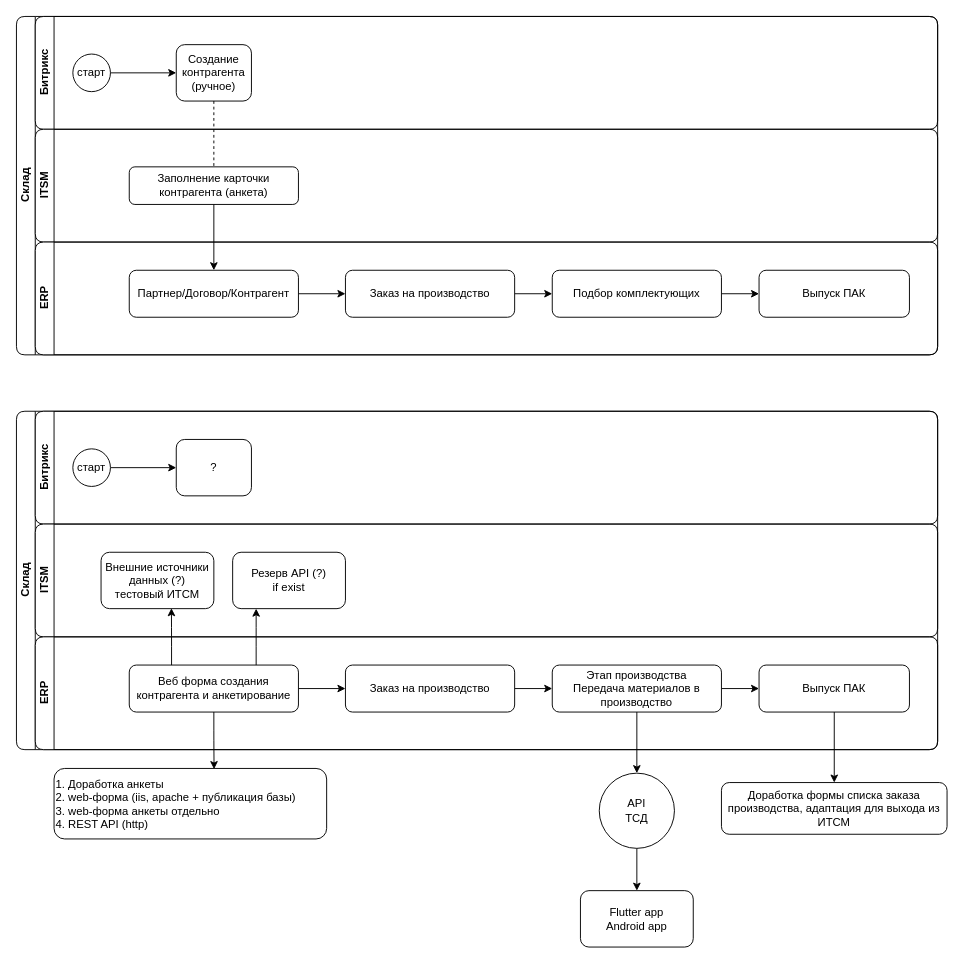
This is Диаграмма без названия.drawio from nkolentcev/specialist-1c, a draw.io file, before an edit. Source tidied: cells renumbered, new cells numbered last; positions are measured from the earlier drawing's top-left corner, leaving out a move shared by most shapes. Both pictures are drawn from the tidied source at 94%, with x=0, y=0 at pixel (16, 16).
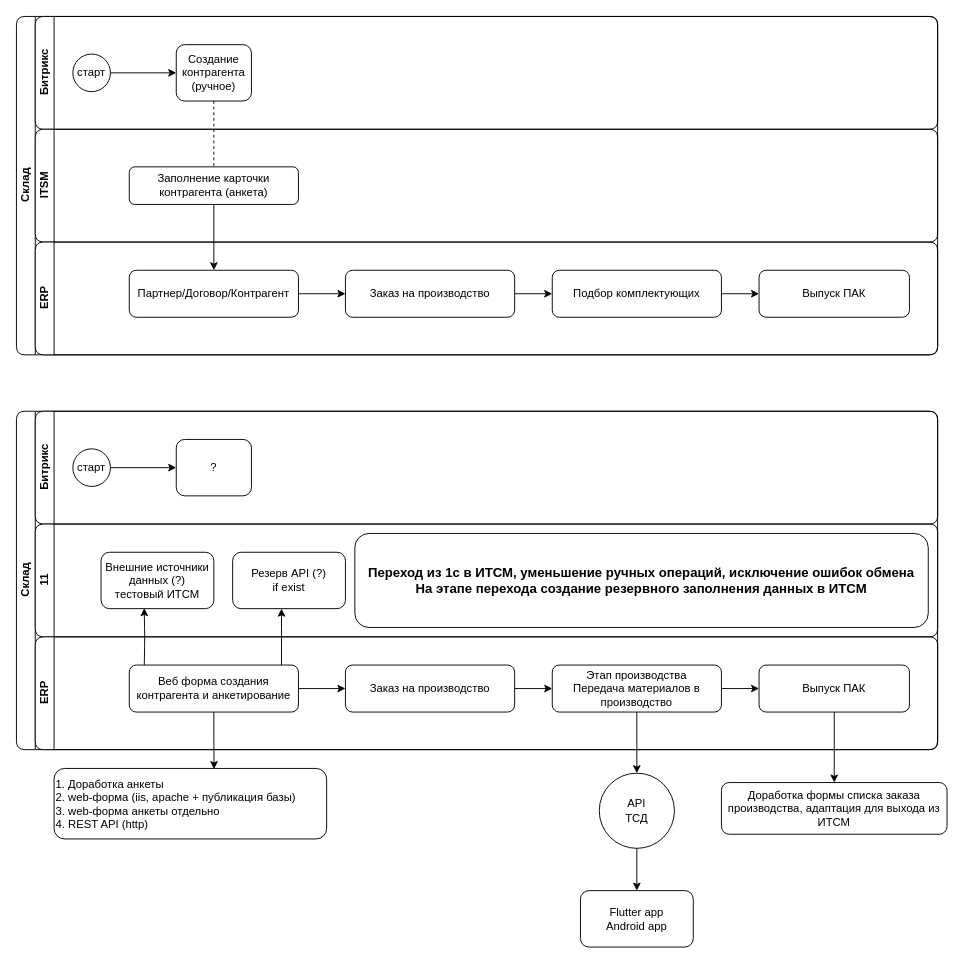
The same page after the edit.

The change refers to these unchanged cells:
```xml
<mxCell id="19" value="Склад" style="swimlane;html=1;horizontal=0;startSize=20;rounded=1;labelBackgroundColor=none;" parent="1" vertex="1">
  <mxGeometry y="420" width="980" height="360" as="geometry" />
</mxCell>
<mxCell id="25" value="Резерв API (?)&lt;div&gt;if exist&lt;/div&gt;" style="whiteSpace=wrap;html=1;rounded=1;labelBackgroundColor=none;" parent="24" vertex="1">
  <mxGeometry x="210" y="30" width="120" height="60" as="geometry" />
</mxCell>
<mxCell id="26" value="Внешние источники данных (?)&lt;br&gt;тестовый ИТСМ" style="whiteSpace=wrap;html=1;rounded=1;labelBackgroundColor=none;" parent="24" vertex="1">
  <mxGeometry x="70" y="30" width="120" height="60" as="geometry" />
</mxCell>
<mxCell id="29" value="Веб форма создания контрагента и анкетирование" style="rounded=1;whiteSpace=wrap;html=1;fontFamily=Helvetica;fontSize=12;align=center;labelBackgroundColor=none;" parent="27" vertex="1">
  <mxGeometry x="100" y="30" width="180" height="50" as="geometry" />
</mxCell>
```

Diff of the diagram source:
```diff
@@
-    <mxCell id="24" value="ITSM" style="swimlane;html=1;startSize=20;horizontal=0;rounded=1;labelBackgroundColor=none;" parent="19" vertex="1">
+    <mxCell id="24" value="11" style="swimlane;html=1;startSize=20;horizontal=0;rounded=1;labelBackgroundColor=none;" parent="19" vertex="1">
       <mxGeometry x="20" y="120" width="960" height="120" as="geometry" />
     </mxCell>
@@
+    <mxCell id="45" value="&lt;b style=&quot;font-size: 14px;&quot;&gt;Переход из 1с в ИТСМ, уменьшение ручных операций, исключение ошибок обмена&lt;br&gt;На этапе перехода создание резервного заполнения данных в ИТСМ&lt;/b&gt;" style="rounded=1;whiteSpace=wrap;html=1;" parent="24" vertex="1">
+      <mxGeometry x="340" y="10" width="610" height="100" as="geometry" />
+    </mxCell>
@@
-    <mxCell id="35" style="edgeStyle=orthogonalEdgeStyle;rounded=1;jettySize=auto;html=1;exitX=0.25;exitY=0;exitDx=0;exitDy=0;entryX=0.624;entryY=0.992;entryDx=0;entryDy=0;entryPerimeter=0;labelBackgroundColor=none;fontColor=default;" parent="19" edge="1" source="29" target="26">
-      <mxGeometry relative="1" as="geometry" />
+    <mxCell id="35" style="edgeStyle=orthogonalEdgeStyle;rounded=1;orthogonalLoop=1;jettySize=auto;html=1;exitX=0.25;exitY=0;exitDx=0;exitDy=0;entryX=0.624;entryY=0.992;entryDx=0;entryDy=0;entryPerimeter=0;labelBackgroundColor=none;fontColor=default;" parent="19" edge="1">
+      <mxGeometry relative="1" as="geometry">
+        <mxPoint x="136" y="270" as="sourcePoint" />
+        <mxPoint x="135.9" y="209.5" as="targetPoint" />
+      </mxGeometry>
     </mxCell>
-    <mxCell id="36" style="edgeStyle=orthogonalEdgeStyle;rounded=1;jettySize=auto;html=1;exitX=0.75;exitY=0;exitDx=0;exitDy=0;labelBackgroundColor=none;fontColor=default;" parent="19" edge="1" source="29" target="25">
+    <mxCell id="36" style="edgeStyle=orthogonalEdgeStyle;rounded=1;orthogonalLoop=1;jettySize=auto;html=1;exitX=0.75;exitY=0;exitDx=0;exitDy=0;labelBackgroundColor=none;fontColor=default;" parent="19" edge="1">
       <mxGeometry relative="1" as="geometry">
+        <mxPoint x="282" y="270" as="sourcePoint" />
+        <mxPoint x="282" y="210" as="targetPoint" />
         <Array as="points">
-          <mxPoint x="255" y="240" />
-          <mxPoint x="255" y="240" />
+          <mxPoint x="282" y="240" />
+          <mxPoint x="282" y="240" />
         </Array>
       </mxGeometry>
     </mxCell>
```
